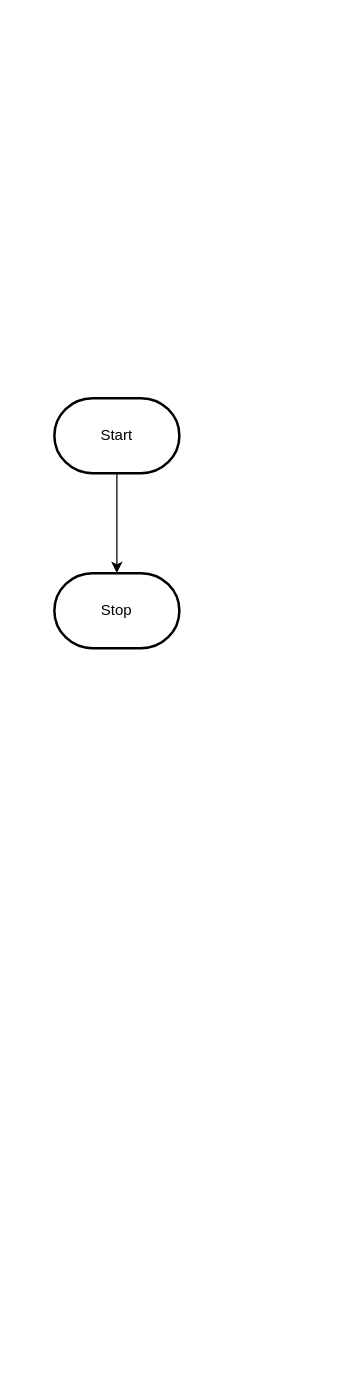
The draw.io diagram design/flowchart.drawio in MTHS-ICS2O-2-2022/ICS2O-Assignment-04-charlotte-jhu, before the edit. Source tidied: cells renumbered, new cells numbered last; positions are measured from the earlier drawing's top-left corner, leaving out a move shared by most shapes. Both pictures are drawn from the tidied source at 125%, with x=0, y=0 at pixel (54, 398).
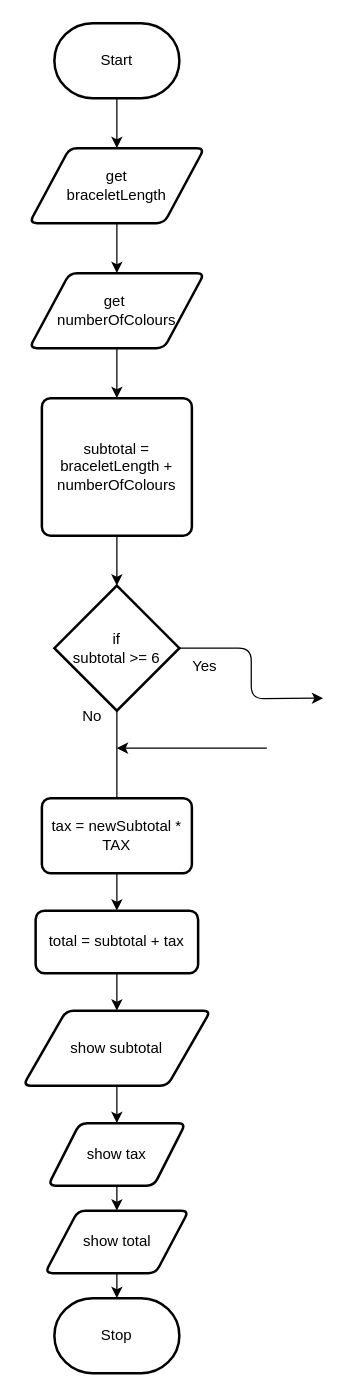
After the change.

Diff of the diagram source:
```diff
@@
-    <mxCell id="2" style="edgeStyle=orthogonalEdgeStyle;html=1;rounded=0;" parent="1" edge="1" source="3" target="4">
-      <mxGeometry relative="1" as="geometry" />
-    </mxCell>
+    <mxCell id="5" style="edgeStyle=none;html=1;entryX=0.5;entryY=0;entryDx=0;entryDy=0;" parent="1" edge="1" source="3" target="2">
+      <mxGeometry relative="1" as="geometry" />
+    </mxCell>
     <mxCell id="3" value="Start" style="strokeWidth=2;html=1;shape=mxgraph.flowchart.terminator;whiteSpace=wrap;" parent="1" vertex="1">
-      <mxGeometry width="100" height="60" as="geometry" />
+      <mxGeometry y="-300" width="100" height="60" as="geometry" />
     </mxCell>
     <mxCell id="4" value="Stop" style="strokeWidth=2;html=1;shape=mxgraph.flowchart.terminator;whiteSpace=wrap;" parent="1" vertex="1">
-      <mxGeometry y="140" width="100" height="60" as="geometry" />
+      <mxGeometry y="720" width="100" height="60" as="geometry" />
     </mxCell>
+    <mxCell id="6" style="edgeStyle=none;html=1;exitX=0.5;exitY=1;exitDx=0;exitDy=0;" parent="1" edge="1" source="2" target="8">
+      <mxGeometry relative="1" as="geometry" />
+    </mxCell>
+    <mxCell id="2" value="get &lt;br&gt;braceletLength" style="shape=parallelogram;html=1;strokeWidth=2;perimeter=parallelogramPerimeter;whiteSpace=wrap;rounded=1;arcSize=12;size=0.23;" parent="1" vertex="1">
+      <mxGeometry x="-20" y="-200" width="140" height="60" as="geometry" />
+    </mxCell>
+    <mxCell id="7" style="edgeStyle=none;html=1;exitX=0.5;exitY=1;exitDx=0;exitDy=0;" parent="1" edge="1" source="8" target="10">
+      <mxGeometry relative="1" as="geometry" />
+    </mxCell>
+    <mxCell id="8" value="get&amp;nbsp;&lt;br&gt;numberOfColours" style="shape=parallelogram;html=1;strokeWidth=2;perimeter=parallelogramPerimeter;whiteSpace=wrap;rounded=1;arcSize=12;size=0.23;" parent="1" vertex="1">
+      <mxGeometry x="-20" y="-100" width="140" height="60" as="geometry" />
+    </mxCell>
+    <mxCell id="9" style="edgeStyle=none;html=1;exitX=0.5;exitY=1;exitDx=0;exitDy=0;entryX=0.5;entryY=0;entryDx=0;entryDy=0;entryPerimeter=0;" parent="1" edge="1" source="10" target="13">
+      <mxGeometry relative="1" as="geometry" />
+    </mxCell>
+    <mxCell id="10" value="subtotal = braceletLength + numberOfColours" style="rounded=1;whiteSpace=wrap;html=1;absoluteArcSize=1;arcSize=14;strokeWidth=2;" parent="1" vertex="1">
+      <mxGeometry x="-10" width="120" height="110" as="geometry" />
+    </mxCell>
+    <mxCell id="11" style="edgeStyle=orthogonalEdgeStyle;html=1;exitX=1;exitY=0.5;exitDx=0;exitDy=0;exitPerimeter=0;entryX=0.5;entryY=0;entryDx=0;entryDy=0;" parent="1" edge="1" source="13">
+      <mxGeometry relative="1" as="geometry">
+        <mxPoint x="215" y="240" as="targetPoint" />
+      </mxGeometry>
+    </mxCell>
+    <mxCell id="12" style="edgeStyle=orthogonalEdgeStyle;html=1;exitX=0.5;exitY=1;exitDx=0;exitDy=0;exitPerimeter=0;" parent="1" edge="1" source="13">
+      <mxGeometry relative="1" as="geometry">
+        <mxPoint x="50" y="350" as="targetPoint" />
+      </mxGeometry>
+    </mxCell>
+    <mxCell id="13" value="if&lt;br&gt;subtotal &amp;gt;= 6" style="strokeWidth=2;html=1;shape=mxgraph.flowchart.decision;whiteSpace=wrap;" parent="1" vertex="1">
+      <mxGeometry y="150" width="100" height="100" as="geometry" />
+    </mxCell>
+    <mxCell id="14" style="edgeStyle=orthogonalEdgeStyle;html=1;exitX=0;exitY=0.5;exitDx=0;exitDy=0;" parent="1" edge="1">
+      <mxGeometry relative="1" as="geometry">
+        <mxPoint x="170" y="280" as="sourcePoint" />
+        <mxPoint x="50" y="280" as="targetPoint" />
+      </mxGeometry>
+    </mxCell>
+    <mxCell id="15" style="edgeStyle=orthogonalEdgeStyle;html=1;exitX=0.5;exitY=1;exitDx=0;exitDy=0;" parent="1" edge="1" source="16" target="18">
+      <mxGeometry relative="1" as="geometry" />
+    </mxCell>
+    <mxCell id="16" value="tax = newSubtotal * TAX" style="rounded=1;whiteSpace=wrap;html=1;absoluteArcSize=1;arcSize=14;strokeWidth=2;" parent="1" vertex="1">
+      <mxGeometry x="-10" y="320" width="120" height="60" as="geometry" />
+    </mxCell>
+    <mxCell id="17" style="edgeStyle=orthogonalEdgeStyle;html=1;exitX=0.5;exitY=1;exitDx=0;exitDy=0;entryX=0.5;entryY=0;entryDx=0;entryDy=0;" parent="1" edge="1" source="18" target="20">
+      <mxGeometry relative="1" as="geometry" />
+    </mxCell>
+    <mxCell id="18" value="total = subtotal + tax" style="rounded=1;whiteSpace=wrap;html=1;absoluteArcSize=1;arcSize=14;strokeWidth=2;" parent="1" vertex="1">
+      <mxGeometry x="-15" y="410" width="130" height="50" as="geometry" />
+    </mxCell>
+    <mxCell id="19" style="edgeStyle=orthogonalEdgeStyle;html=1;exitX=0.5;exitY=1;exitDx=0;exitDy=0;entryX=0.5;entryY=0;entryDx=0;entryDy=0;" parent="1" edge="1" source="20" target="22">
+      <mxGeometry relative="1" as="geometry" />
+    </mxCell>
+    <mxCell id="20" value="show subtotal" style="shape=parallelogram;html=1;strokeWidth=2;perimeter=parallelogramPerimeter;whiteSpace=wrap;rounded=1;arcSize=12;size=0.23;" parent="1" vertex="1">
+      <mxGeometry x="-25" y="490" width="150" height="60" as="geometry" />
+    </mxCell>
+    <mxCell id="21" style="edgeStyle=orthogonalEdgeStyle;html=1;exitX=0.5;exitY=1;exitDx=0;exitDy=0;entryX=0.5;entryY=0;entryDx=0;entryDy=0;" parent="1" edge="1" source="22" target="24">
+      <mxGeometry relative="1" as="geometry" />
+    </mxCell>
+    <mxCell id="22" value="show tax" style="shape=parallelogram;html=1;strokeWidth=2;perimeter=parallelogramPerimeter;whiteSpace=wrap;rounded=1;arcSize=12;size=0.23;" parent="1" vertex="1">
+      <mxGeometry x="-5" y="580" width="110" height="50" as="geometry" />
+    </mxCell>
+    <mxCell id="23" style="edgeStyle=orthogonalEdgeStyle;html=1;exitX=0.5;exitY=1;exitDx=0;exitDy=0;entryX=0.5;entryY=0;entryDx=0;entryDy=0;entryPerimeter=0;" parent="1" edge="1" source="24" target="4">
+      <mxGeometry relative="1" as="geometry" />
+    </mxCell>
+    <mxCell id="24" value="show total" style="shape=parallelogram;html=1;strokeWidth=2;perimeter=parallelogramPerimeter;whiteSpace=wrap;rounded=1;arcSize=12;size=0.23;" parent="1" vertex="1">
+      <mxGeometry x="-7.5" y="650" width="115" height="50" as="geometry" />
+    </mxCell>
+    <mxCell id="25" value="Yes" style="text;html=1;align=center;verticalAlign=middle;strokeColor=none;fillColor=none;" parent="1" vertex="1">
+      <mxGeometry x="100" y="200" width="40" height="30" as="geometry" />
+    </mxCell>
+    <mxCell id="26" value="No" style="text;html=1;align=center;verticalAlign=middle;strokeColor=none;fillColor=none;" parent="1" vertex="1">
+      <mxGeometry x="10" y="240" width="40" height="30" as="geometry" />
+    </mxCell>
```
